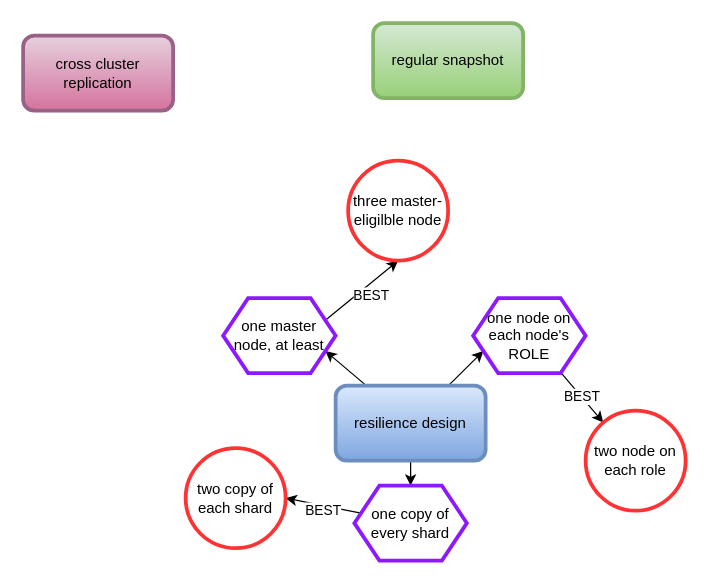
The draw.io diagram page "High AVAILABILITY" (10 of 10) of My Articles/elastic stack/Elastic Search Understanding.drawio in paramothers/books, before the edit. Source tidied: cells renumbered, new cells numbered last; positions are measured from the earlier drawing's top-left corner, leaving out a move shared by most shapes. Both pictures are drawn from the tidied source at 125%, with x=0, y=0 at pixel (22, 22).
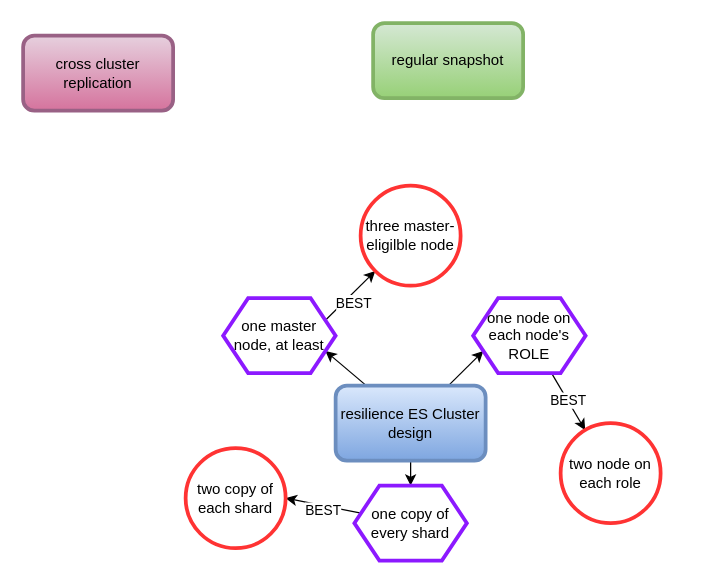
The same page after the edit.

The change refers to these unchanged cells:
```xml
<mxCell id="10" value="one master node, at least" style="shape=hexagon;perimeter=hexagonPerimeter2;whiteSpace=wrap;html=1;fixedSize=1;strokeColor=#8C19FF;strokeWidth=3;fillColor=none;" parent="1" vertex="1">
  <mxGeometry x="160" y="220" width="90" height="60" as="geometry" />
</mxCell>
```

Change to the diagram source:
```diff
@@
-    <mxCell id="5" style="edgeStyle=none;rounded=0;jettySize=auto;html=1;entryX=0.5;entryY=1;entryDx=0;entryDy=0;exitX=1;exitY=0.25;exitDx=0;exitDy=0;" parent="1" edge="1" source="10" target="16">
+    <mxCell id="5" style="edgeStyle=none;rounded=0;jettySize=auto;html=1;entryX=0;entryY=1;entryDx=0;entryDy=0;exitX=1;exitY=0.25;exitDx=0;exitDy=0;" parent="1" edge="1" source="10" target="16">
       <mxGeometry relative="1" as="geometry" />
     </mxCell>
@@
-    <mxCell id="7" value="resilience design" style="rounded=1;whiteSpace=wrap;html=1;strokeColor=#6c8ebf;strokeWidth=3;fillColor=#dae8fc;gradientColor=#7ea6e0;" parent="1" vertex="1">
+    <mxCell id="7" value="resilience ES Cluster design" style="rounded=1;whiteSpace=wrap;html=1;strokeColor=#6c8ebf;strokeWidth=3;fillColor=#dae8fc;gradientColor=#7ea6e0;" parent="1" vertex="1">
       <mxGeometry x="250" y="290" width="120" height="60" as="geometry" />
     </mxCell>
@@
     <mxCell id="16" value="three master-eligilble node" style="ellipse;whiteSpace=wrap;html=1;strokeWidth=3;fillColor=none;strokeColor=#FF3333;" parent="1" vertex="1">
-      <mxGeometry x="260" y="110" width="80" height="80" as="geometry" />
+      <mxGeometry x="270" y="130" width="80" height="80" as="geometry" />
     </mxCell>
     <mxCell id="17" value="two node on each role" style="ellipse;whiteSpace=wrap;html=1;strokeWidth=3;fillColor=none;strokeColor=#FF3333;" parent="1" vertex="1">
-      <mxGeometry x="450" y="310" width="80" height="80" as="geometry" />
+      <mxGeometry x="430" y="320" width="80" height="80" as="geometry" />
     </mxCell>
```
